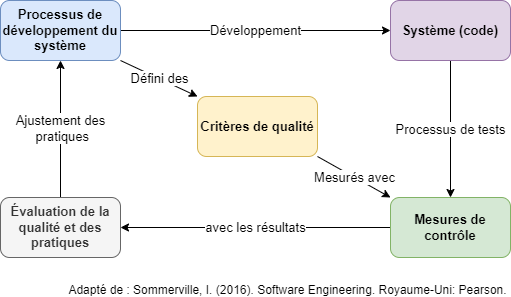
Above: projet-integrateur-1/images/processus_qualite.png in Cours-Alexandre-Ouellet/cours-alexandre-ouellet.github.io (draw.io), before the change. Source tidied: cells renumbered, new cells last; positions are measured from the earlier drawing's top-left corner, leaving out a move shared by most shapes.
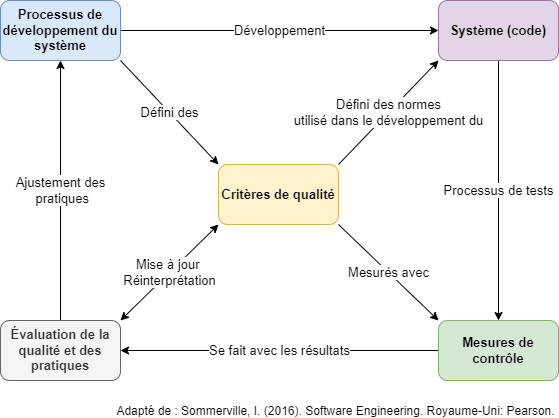
Above is the later version.

The edit, as a diff of the source:
```diff
@@ -9,34 +9,40 @@
       <mxGeometry relative="1" as="geometry" />
     </mxCell>
     <mxCell id="4" value="Processus de développement du système" style="rounded=1;whiteSpace=wrap;html=1;fontSize=13;fillColor=#dae8fc;strokeColor=#6c8ebf;fontStyle=1;" parent="1" vertex="1">
-      <mxGeometry width="120" height="60" as="geometry" />
+      <mxGeometry x="-121" y="67" width="120" height="60" as="geometry" />
     </mxCell>
     <mxCell id="5" value="Adapté de :&amp;nbsp;Sommerville, I. (2016). Software Engineering. Royaume-Uni: Pearson." style="whiteSpace=wrap;html=1;strokeColor=none;fontSize=12;" parent="1" vertex="1">
-      <mxGeometry x="65" y="283" width="445" height="13" as="geometry" />
+      <mxGeometry x="-8" y="471" width="445" height="13" as="geometry" />
     </mxCell>
-    <mxCell id="6" value="avec les résultats" style="edgeStyle=orthogonalEdgeStyle;rounded=0;jettySize=auto;html=1;exitX=0;exitY=0.5;exitDx=0;exitDy=0;entryX=1;entryY=0.5;entryDx=0;entryDy=0;fontSize=13;" parent="1" edge="1" source="7" target="9">
+    <mxCell id="6" value="Se fait avec les résultats" style="edgeStyle=orthogonalEdgeStyle;rounded=0;jettySize=auto;html=1;exitX=0;exitY=0.5;exitDx=0;exitDy=0;entryX=1;entryY=0.5;entryDx=0;entryDy=0;fontSize=13;" parent="1" edge="1" source="7" target="9">
       <mxGeometry relative="1" as="geometry" />
     </mxCell>
     <mxCell id="7" value="Mesures de contrôle" style="rounded=1;whiteSpace=wrap;html=1;fontSize=13;fillColor=#d5e8d4;strokeColor=#82b366;fontStyle=1;" parent="1" vertex="1">
-      <mxGeometry x="390" y="197" width="120" height="60" as="geometry" />
+      <mxGeometry x="317" y="387" width="120" height="60" as="geometry" />
     </mxCell>
     <mxCell id="8" value="Ajustement des&lt;div style=&quot;font-size: 13px;&quot;&gt;&amp;nbsp;pratiques&lt;/div&gt;" style="edgeStyle=orthogonalEdgeStyle;rounded=0;jettySize=auto;html=1;exitX=0.5;exitY=0;exitDx=0;exitDy=0;entryX=0.5;entryY=1;entryDx=0;entryDy=0;fontSize=13;" parent="1" edge="1" source="9" target="4">
       <mxGeometry relative="1" as="geometry" />
     </mxCell>
+    <mxCell id="14" value="Mise à jour&amp;nbsp;&lt;div style=&quot;font-size: 13px;&quot;&gt;Réinterprétation&lt;/div&gt;" style="rounded=0;jettySize=auto;html=1;exitX=1;exitY=0;exitDx=0;exitDy=0;entryX=0;entryY=1;entryDx=0;entryDy=0;startArrow=classic;startFill=1;fontSize=13;" parent="1" edge="1" source="9" target="13">
+      <mxGeometry relative="1" as="geometry" />
+    </mxCell>
     <mxCell id="9" value="Évaluation de la qualité et des pratiques" style="rounded=1;whiteSpace=wrap;html=1;fontSize=13;fillColor=#f5f5f5;fontColor=#333333;strokeColor=#666666;fontStyle=1;" parent="1" vertex="1">
-      <mxGeometry y="197" width="120" height="60" as="geometry" />
+      <mxGeometry x="-121" y="387" width="120" height="60" as="geometry" />
     </mxCell>
     <mxCell id="10" value="Processus de tests" style="edgeStyle=orthogonalEdgeStyle;rounded=0;jettySize=auto;html=1;exitX=0.5;exitY=1;exitDx=0;exitDy=0;entryX=0.5;entryY=0;entryDx=0;entryDy=0;fontSize=13;" parent="1" edge="1" source="11" target="7">
       <mxGeometry relative="1" as="geometry" />
     </mxCell>
     <mxCell id="11" value="Système (code)" style="rounded=1;whiteSpace=wrap;html=1;fontSize=13;fillColor=#e1d5e7;strokeColor=#9673a6;fontStyle=1;" parent="1" vertex="1">
-      <mxGeometry x="390" width="120" height="60" as="geometry" />
+      <mxGeometry x="317" y="67" width="120" height="60" as="geometry" />
     </mxCell>
     <mxCell id="12" value="Mesurés avec" style="rounded=0;jettySize=auto;html=1;exitX=1;exitY=1;exitDx=0;exitDy=0;entryX=0;entryY=0;entryDx=0;entryDy=0;fontSize=13;" parent="1" edge="1" source="13" target="7">
       <mxGeometry relative="1" as="geometry" />
     </mxCell>
+    <mxCell id="15" value="Défini des normes&lt;div style=&quot;font-size: 13px;&quot;&gt;utilisé dans le développement du&lt;/div&gt;" style="rounded=0;jettySize=auto;html=1;exitX=1;exitY=0;exitDx=0;exitDy=0;entryX=0;entryY=1;entryDx=0;entryDy=0;fontSize=13;" parent="1" edge="1" source="13" target="11">
+      <mxGeometry relative="1" as="geometry" />
+    </mxCell>
     <mxCell id="13" value="Critères de qualité" style="rounded=1;whiteSpace=wrap;html=1;fontSize=13;fillColor=#fff2cc;strokeColor=#d6b656;fontStyle=1;" parent="1" vertex="1">
-      <mxGeometry x="197" y="96" width="120" height="60" as="geometry" />
+      <mxGeometry x="97" y="231" width="120" height="60" as="geometry" />
     </mxCell>
   </root>
 </mxGraphModel>
```
